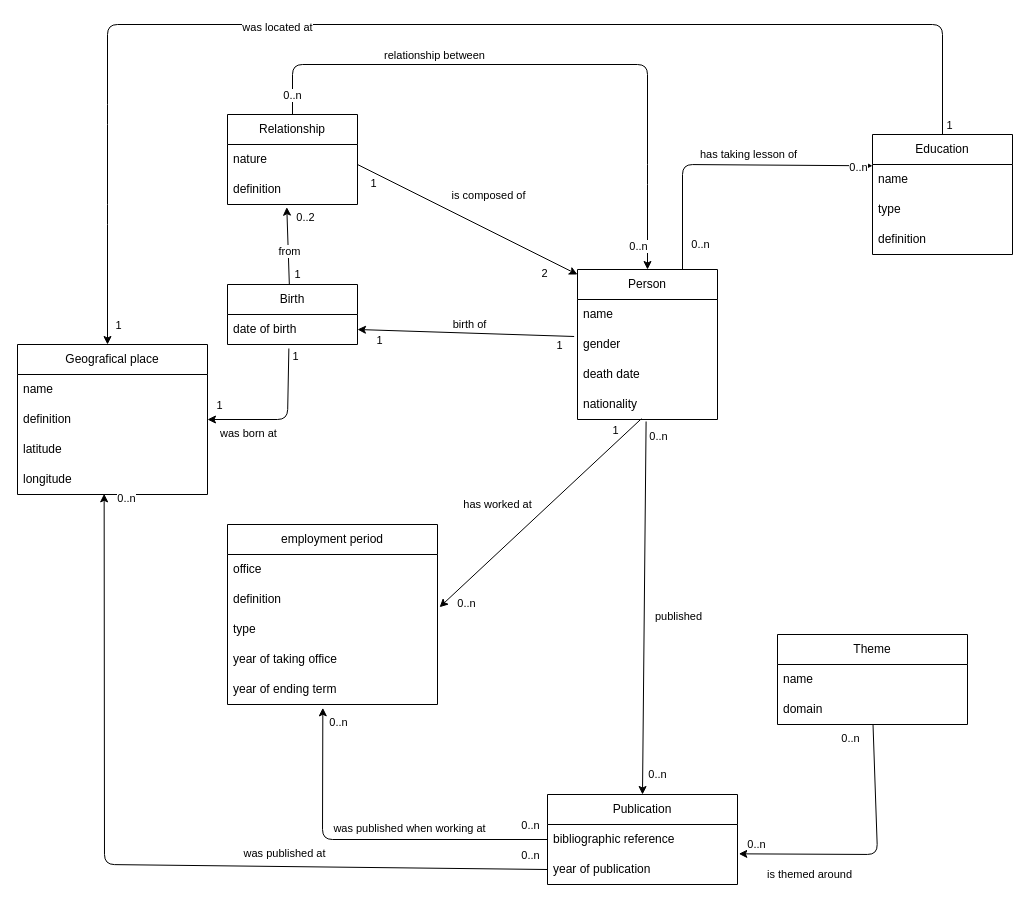
Above: archivist.drawio in mroylem/archivist (draw.io), before the change. Source tidied: cells renumbered, new cells numbered last; positions are measured from the earlier drawing's top-left corner, leaving out a move shared by most shapes. Both pictures are drawn from the tidied source at 100%, with x=0, y=0 at pixel (17, 24).
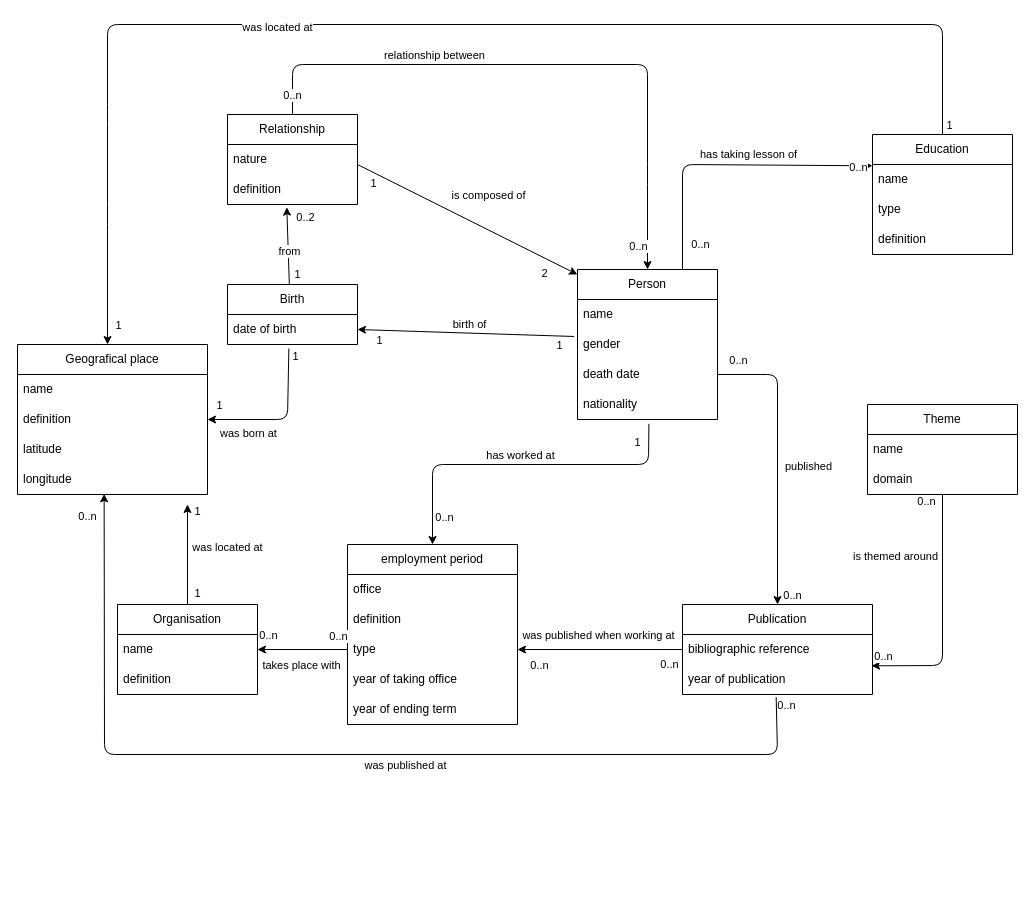
The same page after the edit.

The change refers to these unchanged cells:
```xml
<mxCell id="5" value="death date" style="text;strokeColor=none;fillColor=none;align=left;verticalAlign=middle;spacingLeft=4;spacingRight=4;overflow=hidden;points=[[0,0.5],[1,0.5]];portConstraint=eastwest;whiteSpace=wrap;html=1;" parent="2" vertex="1">
  <mxGeometry y="90" width="140" height="30" as="geometry" />
</mxCell>
<mxCell id="6" value="nationality" style="text;strokeColor=none;fillColor=none;align=left;verticalAlign=middle;spacingLeft=4;spacingRight=4;overflow=hidden;points=[[0,0.5],[1,0.5]];portConstraint=eastwest;whiteSpace=wrap;html=1;" parent="2" vertex="1">
  <mxGeometry y="120" width="140" height="30" as="geometry" />
</mxCell>
<mxCell id="40" value="bibliographic reference" style="text;strokeColor=none;fillColor=none;align=left;verticalAlign=middle;spacingLeft=4;spacingRight=4;overflow=hidden;points=[[0,0.5],[1,0.5]];portConstraint=eastwest;whiteSpace=wrap;html=1;" parent="39" vertex="1">
  <mxGeometry y="30" width="190" height="30" as="geometry" />
</mxCell>
<mxCell id="41" value="year of publication" style="text;strokeColor=none;fillColor=none;align=left;verticalAlign=middle;spacingLeft=4;spacingRight=4;overflow=hidden;points=[[0,0.5],[1,0.5]];portConstraint=eastwest;whiteSpace=wrap;html=1;" parent="39" vertex="1">
  <mxGeometry y="60" width="190" height="30" as="geometry" />
</mxCell>
<mxCell id="54" value="longitude" style="text;strokeColor=none;fillColor=none;align=left;verticalAlign=middle;spacingLeft=4;spacingRight=4;overflow=hidden;points=[[0,0.5],[1,0.5]];portConstraint=eastwest;whiteSpace=wrap;html=1;" parent="50" vertex="1">
  <mxGeometry y="120" width="190" height="30" as="geometry" />
</mxCell>
```

Change to the diagram source:
```diff
@@
     <mxCell id="29" value="employment period" style="swimlane;fontStyle=0;horizontal=1;startSize=30;whiteSpace=wrap;html=1;" parent="1" vertex="1">
-      <mxGeometry x="210" y="500" width="210" height="180" as="geometry" />
+      <mxGeometry x="330" y="520" width="170" height="180" as="geometry" />
     </mxCell>
     <mxCell id="30" value="office" style="text;strokeColor=none;fillColor=none;align=left;verticalAlign=middle;spacingLeft=4;spacingRight=4;overflow=hidden;whiteSpace=wrap;html=1;" parent="29" vertex="1">
-      <mxGeometry y="30" width="210" height="30" as="geometry" />
+      <mxGeometry y="30" width="170" height="30" as="geometry" />
     </mxCell>
     <mxCell id="31" value="definition" style="text;strokeColor=none;fillColor=none;align=left;verticalAlign=middle;spacingLeft=4;spacingRight=4;overflow=hidden;points=[[0,0.5],[1,0.5]];portConstraint=eastwest;whiteSpace=wrap;html=1;" parent="29" vertex="1">
-      <mxGeometry y="60" width="210" height="30" as="geometry" />
+      <mxGeometry y="60" width="170" height="30" as="geometry" />
     </mxCell>
     <mxCell id="32" value="type" style="text;strokeColor=none;fillColor=none;align=left;verticalAlign=middle;spacingLeft=4;spacingRight=4;overflow=hidden;points=[[0,0.5],[1,0.5]];portConstraint=eastwest;whiteSpace=wrap;html=1;" parent="29" vertex="1">
-      <mxGeometry y="90" width="210" height="30" as="geometry" />
+      <mxGeometry y="90" width="170" height="30" as="geometry" />
     </mxCell>
     <mxCell id="33" value="year of taking office" style="text;strokeColor=none;fillColor=none;align=left;verticalAlign=middle;spacingLeft=4;spacingRight=4;overflow=hidden;whiteSpace=wrap;html=1;" parent="29" vertex="1">
-      <mxGeometry y="120" width="210" height="30" as="geometry" />
+      <mxGeometry y="120" width="170" height="30" as="geometry" />
     </mxCell>
     <mxCell id="34" value="year of ending term" style="text;strokeColor=none;fillColor=none;align=left;verticalAlign=middle;spacingLeft=4;spacingRight=4;overflow=hidden;points=[[0,0.5],[1,0.5]];portConstraint=eastwest;whiteSpace=wrap;html=1;" parent="29" vertex="1">
-      <mxGeometry y="150" width="210" height="30" as="geometry" />
+      <mxGeometry y="150" width="170" height="30" as="geometry" />
     </mxCell>
-    <mxCell id="35" style="endArrow=classic;html=1;entryX=1.01;entryY=0.756;entryDx=0;entryDy=0;exitX=0.457;exitY=0.972;exitDx=0;exitDy=0;exitPerimeter=0;entryPerimeter=0;" parent="1" edge="1" source="6" target="31">
-      <mxGeometry relative="1" as="geometry" />
+    <mxCell id="35" style="endArrow=classic;html=1;entryX=0.5;entryY=0;entryDx=0;entryDy=0;exitX=0.51;exitY=1.144;exitDx=0;exitDy=0;exitPerimeter=0;" parent="1" edge="1" source="6" target="29">
+      <mxGeometry relative="1" as="geometry">
+        <Array as="points">
+          <mxPoint x="631" y="440" />
+          <mxPoint x="415" y="440" />
+        </Array>
+      </mxGeometry>
     </mxCell>
@@
     <mxCell id="37" value="0..n" style="edgeLabel;html=1;align=center;verticalAlign=middle;" parent="35" vertex="1">
       <mxGeometry x="0.81" y="1" relative="1" as="geometry">
-        <mxPoint x="7" y="13" as="offset" />
+        <mxPoint x="10" y="4" as="offset" />
       </mxGeometry>
     </mxCell>
     <mxCell id="38" value="has worked at" style="edgeLabel;html=1;align=center;verticalAlign=middle;rotation=0;" parent="35" vertex="1">
       <mxGeometry x="0.16" y="-2" relative="1" as="geometry">
-        <mxPoint x="-26" y="-22" as="offset" />
+        <mxPoint x="26" y="-8" as="offset" />
       </mxGeometry>
     </mxCell>
     <mxCell id="39" value="Publication" style="swimlane;fontStyle=0;horizontal=1;startSize=30;whiteSpace=wrap;html=1;" parent="1" vertex="1">
-      <mxGeometry x="530" y="770" width="190" height="90" as="geometry" />
+      <mxGeometry x="665" y="580" width="190" height="90" as="geometry" />
     </mxCell>
@@
-    <mxCell id="42" style="endArrow=classic;html=1;entryX=0.5;entryY=0;entryDx=0;entryDy=0;exitX=0.49;exitY=1.067;exitDx=0;exitDy=0;exitPerimeter=0;" parent="1" edge="1" source="6" target="39">
-      <mxGeometry relative="1" as="geometry" />
+    <mxCell id="42" style="endArrow=classic;html=1;entryX=0.5;entryY=0;entryDx=0;entryDy=0;exitX=1;exitY=0.5;exitDx=0;exitDy=0;" parent="1" edge="1" source="5" target="39">
+      <mxGeometry relative="1" as="geometry">
+        <Array as="points">
+          <mxPoint x="760" y="350" />
+        </Array>
+      </mxGeometry>
     </mxCell>
     <mxCell id="43" value="0..n" style="edgeLabel;html=1;align=center;verticalAlign=middle;rotation=0;" parent="42" vertex="1">
       <mxGeometry x="-0.85" y="1" relative="1" as="geometry">
-        <mxPoint x="11" y="-14" as="offset" />
+        <mxPoint x="-2" y="-14" as="offset" />
       </mxGeometry>
     </mxCell>
     <mxCell id="44" value="published" style="edgeLabel;html=1;align=center;verticalAlign=middle;rotation=0;" parent="42" vertex="1">
       <mxGeometry x="-0.27" relative="1" as="geometry">
-        <mxPoint x="33" y="58" as="offset" />
+        <mxPoint x="30" y="45" as="offset" />
       </mxGeometry>
     </mxCell>
     <mxCell id="45" value="0..n" style="edgeLabel;html=1;align=center;verticalAlign=middle;rotation=0;" parent="42" vertex="1">
       <mxGeometry x="0.57" relative="1" as="geometry">
-        <mxPoint x="14" y="60" as="offset" />
+        <mxPoint x="14" y="52" as="offset" />
       </mxGeometry>
     </mxCell>
-    <mxCell id="46" style="edgeStyle=none;html=1;entryX=1.007;entryY=-0.022;entryDx=0;entryDy=0;entryPerimeter=0;" parent="1" edge="1" source="71" target="41">
+    <mxCell id="46" style="edgeStyle=none;html=1;entryX=0.995;entryY=0.044;entryDx=0;entryDy=0;entryPerimeter=0;exitX=0.5;exitY=1;exitDx=0;exitDy=0;exitPerimeter=0;" parent="1" edge="1" source="71" target="41">
       <mxGeometry relative="1" as="geometry">
         <Array as="points">
-          <mxPoint x="860" y="830" />
+          <mxPoint x="925" y="641" />
         </Array>
       </mxGeometry>
     </mxCell>
     <mxCell id="47" value="0..n" style="edgeLabel;html=1;align=center;verticalAlign=middle;rotation=0;" parent="46" vertex="1">
       <mxGeometry x="-0.47" y="-1" relative="1" as="geometry">
-        <mxPoint x="-24" y="-57" as="offset" />
+        <mxPoint x="-16" y="-58" as="offset" />
       </mxGeometry>
     </mxCell>
@@
     <mxCell id="49" value="is themed around" style="edgeLabel;html=1;align=center;verticalAlign=middle;rotation=0;" parent="46" vertex="1">
       <mxGeometry x="0.22" y="-4" relative="1" as="geometry">
-        <mxPoint x="-35" y="24" as="offset" />
+        <mxPoint x="-44" y="-87" as="offset" />
       </mxGeometry>
     </mxCell>
@@
     <mxCell id="69" value="Theme" style="swimlane;fontStyle=0;horizontal=1;startSize=30;whiteSpace=wrap;html=1;" parent="1" vertex="1">
-      <mxGeometry x="760" y="610" width="190" height="90" as="geometry" />
+      <mxGeometry x="850" y="380" width="150" height="90" as="geometry" />
     </mxCell>
     <mxCell id="70" value="name" style="text;strokeColor=none;fillColor=none;align=left;verticalAlign=middle;spacingLeft=4;spacingRight=4;overflow=hidden;whiteSpace=wrap;html=1;" parent="69" vertex="1">
-      <mxGeometry y="30" width="190" height="30" as="geometry" />
+      <mxGeometry y="30" width="150" height="30" as="geometry" />
     </mxCell>
     <mxCell id="71" value="domain" style="text;strokeColor=none;fillColor=none;align=left;verticalAlign=middle;spacingLeft=4;spacingRight=4;overflow=hidden;points=[[0,0.5],[1,0.5]];portConstraint=eastwest;whiteSpace=wrap;html=1;" parent="69" vertex="1">
-      <mxGeometry y="60" width="190" height="30" as="geometry" />
+      <mxGeometry y="60" width="150" height="30" as="geometry" />
     </mxCell>
-    <mxCell id="72" style="endArrow=classic;html=1;exitX=0;exitY=0.5;exitDx=0;exitDy=0;entryX=0.456;entryY=0.978;entryDx=0;entryDy=0;entryPerimeter=0;" parent="1" edge="1" source="41" target="54">
+    <mxCell id="72" style="endArrow=classic;html=1;entryX=0.456;entryY=0.978;entryDx=0;entryDy=0;entryPerimeter=0;exitX=0.493;exitY=1.089;exitDx=0;exitDy=0;exitPerimeter=0;" parent="1" edge="1" source="41" target="54">
       <mxGeometry relative="1" as="geometry">
         <Array as="points">
-          <mxPoint x="87" y="840" />
+          <mxPoint x="760" y="730" />
+          <mxPoint x="87" y="730" />
         </Array>
       </mxGeometry>
     </mxCell>
     <mxCell id="73" value="was published at" style="edgeLabel;html=1;align=center;verticalAlign=middle;rotation=0;" parent="72" vertex="1">
       <mxGeometry x="0.23" y="-1" relative="1" as="geometry">
-        <mxPoint x="179" y="45" as="offset" />
+        <mxPoint x="179" y="11" as="offset" />
       </mxGeometry>
     </mxCell>
     <mxCell id="74" value="0..n" style="edgeLabel;html=1;align=center;verticalAlign=middle;" parent="72" vertex="1">
       <mxGeometry x="0.66" y="-1" relative="1" as="geometry">
-        <mxPoint x="21" y="-135" as="offset" />
+        <mxPoint x="-18" y="-146" as="offset" />
       </mxGeometry>
     </mxCell>
     <mxCell id="75" value="0..n" style="edgeLabel;html=1;align=center;verticalAlign=middle;" parent="72" vertex="1">
       <mxGeometry x="-0.84" y="-1" relative="1" as="geometry">
-        <mxPoint x="47" y="-13" as="offset" />
+        <mxPoint x="30" y="-49" as="offset" />
       </mxGeometry>
     </mxCell>
-    <mxCell id="76" style="edgeStyle=none;html=1;exitX=0;exitY=0.5;exitDx=0;exitDy=0;entryX=0.454;entryY=1.111;entryDx=0;entryDy=0;entryPerimeter=0;" parent="1" edge="1" source="40" target="34">
-      <mxGeometry relative="1" as="geometry">
-        <Array as="points">
-          <mxPoint x="305" y="815" />
-        </Array>
-      </mxGeometry>
+    <mxCell id="76" style="edgeStyle=none;html=1;exitX=0;exitY=0.5;exitDx=0;exitDy=0;entryX=1;entryY=0.5;entryDx=0;entryDy=0;" parent="1" edge="1" source="40" target="32">
+      <mxGeometry relative="1" as="geometry" />
     </mxCell>
     <mxCell id="77" value="was published when working at" style="edgeLabel;html=1;align=center;verticalAlign=middle;" parent="76" vertex="1">
       <mxGeometry x="-0.22" relative="1" as="geometry">
-        <mxPoint y="-12" as="offset" />
+        <mxPoint x="-21" y="-15" as="offset" />
       </mxGeometry>
     </mxCell>
     <mxCell id="78" value="0..n" style="edgeLabel;html=1;align=center;verticalAlign=middle;" parent="76" vertex="1">
       <mxGeometry x="-0.9" y="-2" relative="1" as="geometry">
-        <mxPoint y="-13" as="offset" />
+        <mxPoint x="-6" y="16" as="offset" />
       </mxGeometry>
     </mxCell>
     <mxCell id="79" value="0..n" style="edgeLabel;html=1;align=center;verticalAlign=middle;" parent="76" vertex="1">
       <mxGeometry x="0.92" y="1" relative="1" as="geometry">
-        <mxPoint x="16" as="offset" />
+        <mxPoint x="14" y="14" as="offset" />
       </mxGeometry>
     </mxCell>
+    <mxCell id="80" style="edgeStyle=none;html=1;exitX=0.5;exitY=0;exitDx=0;exitDy=0;" parent="1" edge="1" source="84">
+      <mxGeometry relative="1" as="geometry">
+        <mxPoint x="170" y="480" as="targetPoint" />
+      </mxGeometry>
+    </mxCell>
+    <mxCell id="81" value="was located at" style="edgeLabel;html=1;align=center;verticalAlign=middle;" parent="80" vertex="1">
+      <mxGeometry x="-0.15" y="1" relative="1" as="geometry">
+        <mxPoint x="40" y="-15" as="offset" />
+      </mxGeometry>
+    </mxCell>
+    <mxCell id="82" value="1" style="edgeLabel;html=1;align=center;verticalAlign=middle;" parent="80" vertex="1">
+      <mxGeometry x="-0.77" y="1" relative="1" as="geometry">
+        <mxPoint x="10" as="offset" />
+      </mxGeometry>
+    </mxCell>
+    <mxCell id="83" value="1" style="edgeLabel;html=1;align=center;verticalAlign=middle;" parent="80" vertex="1">
+      <mxGeometry x="0.6" y="-2" relative="1" as="geometry">
+        <mxPoint x="7" y="-14" as="offset" />
+      </mxGeometry>
+    </mxCell>
+    <mxCell id="84" value="Organisation" style="swimlane;fontStyle=0;horizontal=1;startSize=30;whiteSpace=wrap;html=1;" parent="1" vertex="1">
+      <mxGeometry x="100" y="580" width="140" height="90" as="geometry" />
+    </mxCell>
+    <mxCell id="85" value="name" style="text;strokeColor=none;fillColor=none;align=left;verticalAlign=middle;spacingLeft=4;spacingRight=4;overflow=hidden;points=[[0,0.5],[1,0.5]];portConstraint=eastwest;whiteSpace=wrap;html=1;" parent="84" vertex="1">
+      <mxGeometry y="30" width="140" height="30" as="geometry" />
+    </mxCell>
+    <mxCell id="86" value="definition" style="text;strokeColor=none;fillColor=none;align=left;verticalAlign=middle;spacingLeft=4;spacingRight=4;overflow=hidden;whiteSpace=wrap;html=1;" parent="84" vertex="1">
+      <mxGeometry y="60" width="140" height="30" as="geometry" />
+    </mxCell>
+    <mxCell id="87" style="edgeStyle=none;html=1;exitX=0;exitY=0.5;exitDx=0;exitDy=0;entryX=1;entryY=0.5;entryDx=0;entryDy=0;" parent="1" edge="1" source="32" target="85">
+      <mxGeometry relative="1" as="geometry" />
+    </mxCell>
+    <mxCell id="88" value="takes place with" style="edgeLabel;html=1;align=center;verticalAlign=middle;" parent="87" vertex="1">
+      <mxGeometry x="0.32" y="-4" relative="1" as="geometry">
+        <mxPoint x="12" y="19" as="offset" />
+      </mxGeometry>
+    </mxCell>
+    <mxCell id="89" value="0..n" style="edgeLabel;html=1;align=center;verticalAlign=middle;" parent="87" vertex="1">
+      <mxGeometry x="-0.73" y="-1" relative="1" as="geometry">
+        <mxPoint x="2" y="-13" as="offset" />
+      </mxGeometry>
+    </mxCell>
+    <mxCell id="90" value="0..n" style="edgeLabel;html=1;align=center;verticalAlign=middle;" parent="87" vertex="1">
+      <mxGeometry x="0.72" y="-1" relative="1" as="geometry">
+        <mxPoint x="-3" y="-14" as="offset" />
+      </mxGeometry>
+    </mxCell>
```
